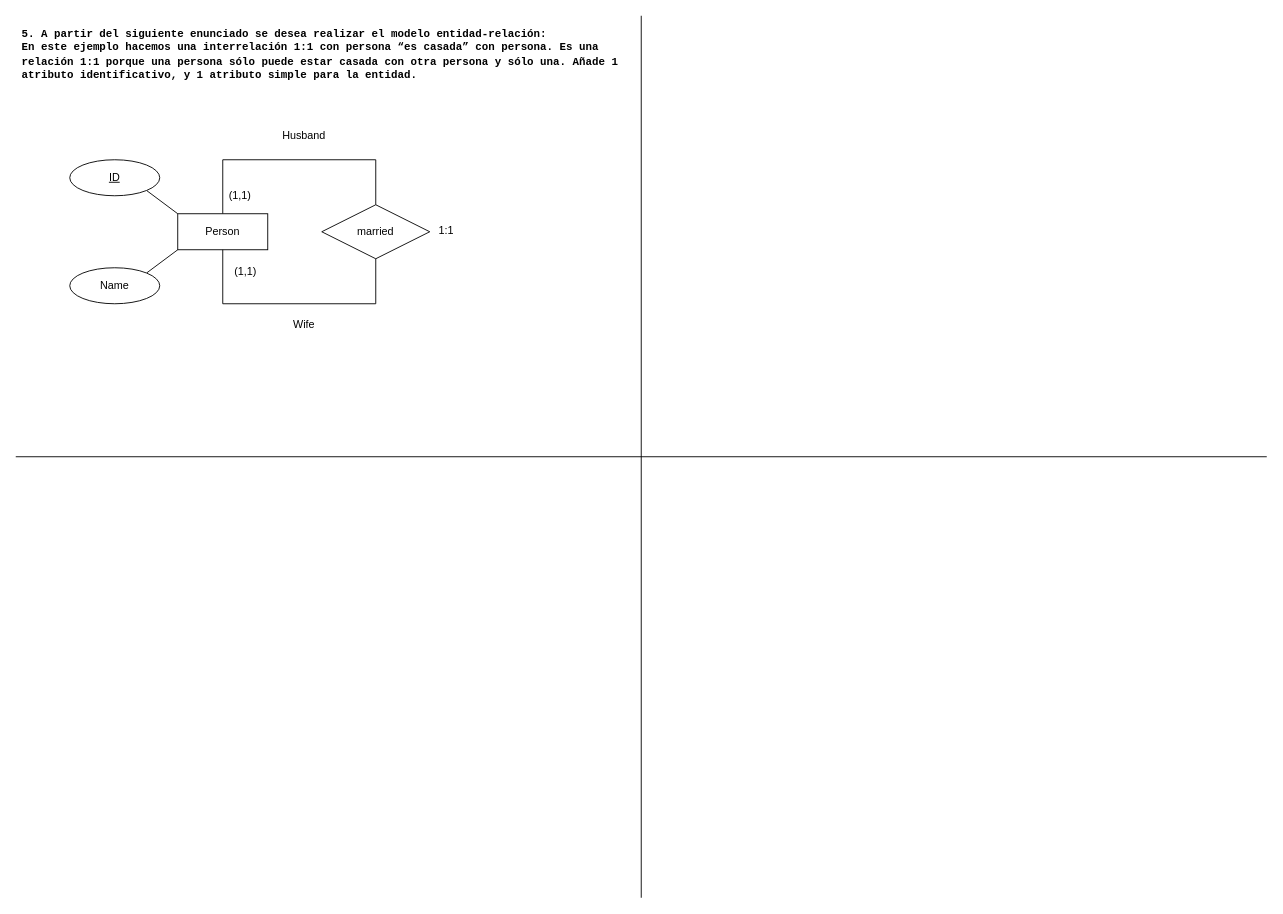
The draw.io diagram page "Ejercicios II (5 al 7)" (6 of 6) of ejemplos_estudiar.drawio in Maek0s/1DAM_Databases, before the edit. Source tidied: cells renumbered, new cells numbered last; positions are measured from the earlier drawing's top-left corner, leaving out a move shared by most shapes. Both pictures are drawn from the tidied source at 90%, with x=0, y=0 at pixel (15, 15).
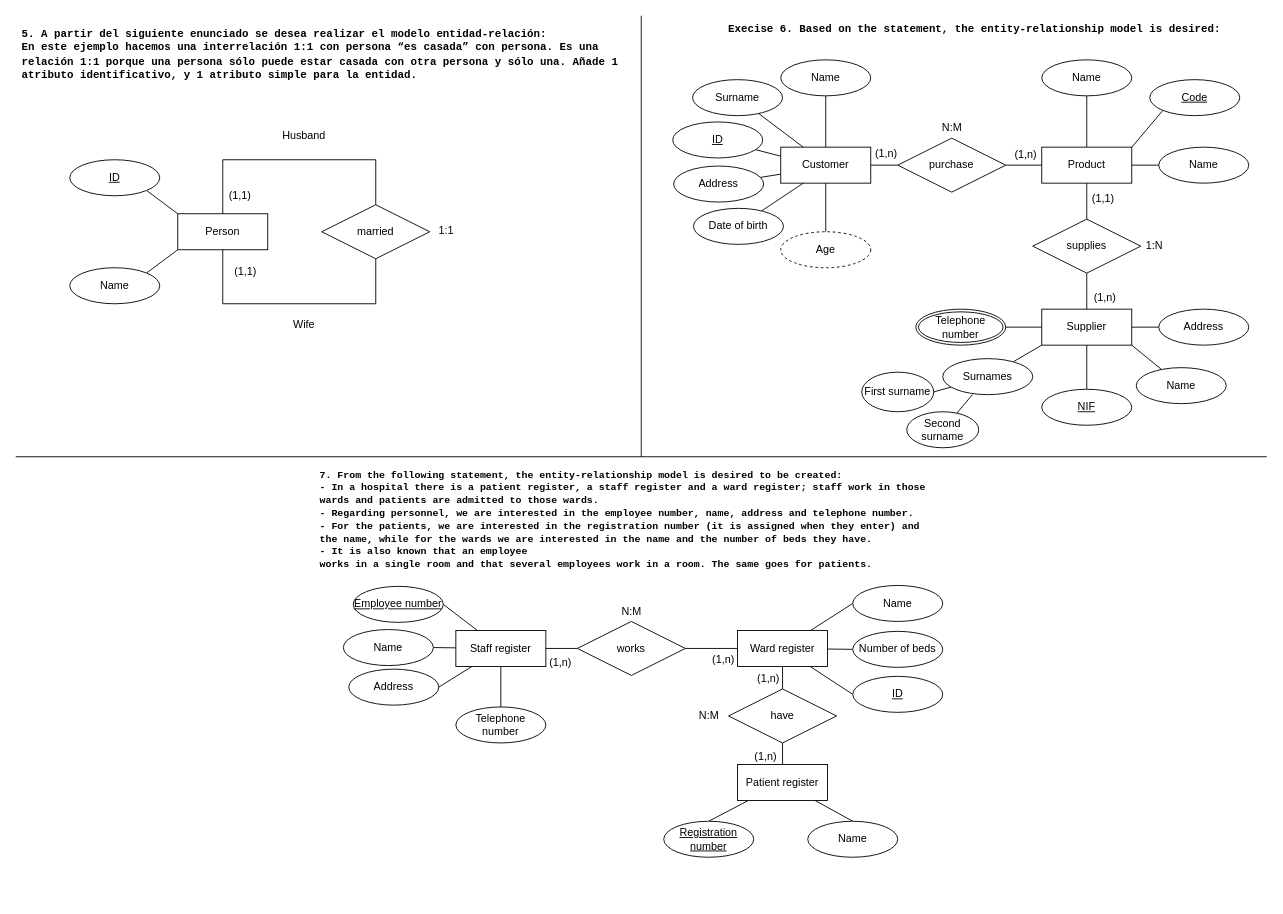
Above is the later version.

Change to the diagram source:
```diff
@@
     <mxCell id="3" style="line;strokeWidth=1;dashed=0;labelPosition=right;align=left;verticalAlign=middle;spacingTop=0;spacingLeft=6;direction=north;" parent="1" vertex="1">
-      <mxGeometry x="690" width="10" height="980" as="geometry" />
+      <mxGeometry x="690" width="10" height="490" as="geometry" />
     </mxCell>
@@
+    <mxCell id="18" value="&lt;b&gt;&lt;font face=&quot;Courier New&quot;&gt;Execise 6. Based on the statement, the entity-relationship model is desired:&lt;/font&gt;&lt;/b&gt;" style="text;html=1;align=center;verticalAlign=middle;strokeColor=none;fillColor=none;" parent="1" vertex="1">
+      <mxGeometry x="780" width="570" height="30" as="geometry" />
+    </mxCell>
+    <mxCell id="19" style="rounded=0;jettySize=auto;html=1;endArrow=none;endFill=0;" parent="1" edge="1" source="20" target="22">
+      <mxGeometry relative="1" as="geometry" />
+    </mxCell>
+    <mxCell id="20" value="Customer" style="whiteSpace=wrap;html=1;align=center;" parent="1" vertex="1">
+      <mxGeometry x="850" y="146" width="100" height="40" as="geometry" />
+    </mxCell>
+    <mxCell id="21" style="rounded=0;jettySize=auto;html=1;endArrow=none;endFill=0;" parent="1" edge="1" source="22" target="27">
+      <mxGeometry relative="1" as="geometry" />
+    </mxCell>
+    <mxCell id="22" value="purchase" style="shape=rhombus;perimeter=rhombusPerimeter;whiteSpace=wrap;html=1;align=center;" parent="1" vertex="1">
+      <mxGeometry x="980" y="136" width="120" height="60" as="geometry" />
+    </mxCell>
+    <mxCell id="23" style="rounded=0;jettySize=auto;html=1;endArrow=none;endFill=0;" parent="1" edge="1" source="27" target="30">
+      <mxGeometry relative="1" as="geometry" />
+    </mxCell>
+    <mxCell id="24" style="rounded=0;jettySize=auto;html=1;endArrow=none;endFill=0;" parent="1" edge="1" source="27" target="43">
+      <mxGeometry relative="1" as="geometry" />
+    </mxCell>
+    <mxCell id="25" style="rounded=0;jettySize=auto;html=1;entryX=0;entryY=1;entryDx=0;entryDy=0;endArrow=none;endFill=0;exitX=1;exitY=0;exitDx=0;exitDy=0;" parent="1" edge="1" source="27" target="45">
+      <mxGeometry relative="1" as="geometry" />
+    </mxCell>
+    <mxCell id="26" style="rounded=0;jettySize=auto;html=1;endArrow=none;endFill=0;" parent="1" edge="1" source="27" target="44">
+      <mxGeometry relative="1" as="geometry" />
+    </mxCell>
+    <mxCell id="27" value="Product" style="whiteSpace=wrap;html=1;align=center;" parent="1" vertex="1">
+      <mxGeometry x="1140" y="146" width="100" height="40" as="geometry" />
+    </mxCell>
+    <mxCell id="28" value="Supplier" style="whiteSpace=wrap;html=1;align=center;" parent="1" vertex="1">
+      <mxGeometry x="1140" y="326" width="100" height="40" as="geometry" />
+    </mxCell>
+    <mxCell id="29" style="rounded=0;jettySize=auto;html=1;endArrow=none;endFill=0;" parent="1" edge="1" source="30" target="28">
+      <mxGeometry relative="1" as="geometry" />
+    </mxCell>
+    <mxCell id="30" value="supplies" style="shape=rhombus;perimeter=rhombusPerimeter;whiteSpace=wrap;html=1;align=center;" parent="1" vertex="1">
+      <mxGeometry x="1130" y="226" width="120" height="60" as="geometry" />
+    </mxCell>
+    <mxCell id="31" style="rounded=0;jettySize=auto;html=1;endArrow=none;endFill=0;" parent="1" edge="1" source="32" target="20">
+      <mxGeometry relative="1" as="geometry" />
+    </mxCell>
+    <mxCell id="32" value="Name" style="ellipse;whiteSpace=wrap;html=1;align=center;" parent="1" vertex="1">
+      <mxGeometry x="850" y="49" width="100" height="40" as="geometry" />
+    </mxCell>
+    <mxCell id="33" style="rounded=0;jettySize=auto;html=1;entryX=0.25;entryY=0;entryDx=0;entryDy=0;endArrow=none;endFill=0;" parent="1" edge="1" source="34" target="20">
+      <mxGeometry relative="1" as="geometry" />
+    </mxCell>
+    <mxCell id="34" value="Surname" style="ellipse;whiteSpace=wrap;html=1;align=center;" parent="1" vertex="1">
+      <mxGeometry x="752" y="71" width="100" height="40" as="geometry" />
+    </mxCell>
+    <mxCell id="35" style="rounded=0;jettySize=auto;html=1;entryX=0;entryY=0.25;entryDx=0;entryDy=0;endArrow=none;endFill=0;" parent="1" edge="1" source="36" target="20">
+      <mxGeometry relative="1" as="geometry" />
+    </mxCell>
+    <mxCell id="36" value="ID" style="ellipse;whiteSpace=wrap;html=1;align=center;fontStyle=4;" parent="1" vertex="1">
+      <mxGeometry x="730" y="118" width="100" height="40" as="geometry" />
+    </mxCell>
+    <mxCell id="37" style="rounded=0;jettySize=auto;html=1;entryX=0;entryY=0.75;entryDx=0;entryDy=0;endArrow=none;endFill=0;" parent="1" edge="1" source="38" target="20">
+      <mxGeometry relative="1" as="geometry" />
+    </mxCell>
+    <mxCell id="38" value="Address" style="ellipse;whiteSpace=wrap;html=1;align=center;" parent="1" vertex="1">
+      <mxGeometry x="731" y="167" width="100" height="40" as="geometry" />
+    </mxCell>
+    <mxCell id="39" style="rounded=0;jettySize=auto;html=1;entryX=0.25;entryY=1;entryDx=0;entryDy=0;endArrow=none;endFill=0;" parent="1" edge="1" source="40" target="20">
+      <mxGeometry relative="1" as="geometry" />
+    </mxCell>
+    <mxCell id="40" value="Date of birth" style="ellipse;whiteSpace=wrap;html=1;align=center;" parent="1" vertex="1">
+      <mxGeometry x="753" y="214" width="100" height="40" as="geometry" />
+    </mxCell>
+    <mxCell id="41" style="rounded=0;jettySize=auto;html=1;entryX=0.5;entryY=1;entryDx=0;entryDy=0;endArrow=none;endFill=0;" parent="1" edge="1" source="42" target="20">
+      <mxGeometry relative="1" as="geometry" />
+    </mxCell>
+    <mxCell id="42" value="Age" style="ellipse;whiteSpace=wrap;html=1;align=center;dashed=1;" parent="1" vertex="1">
+      <mxGeometry x="850" y="240" width="100" height="40" as="geometry" />
+    </mxCell>
+    <mxCell id="43" value="Name" style="ellipse;whiteSpace=wrap;html=1;align=center;" parent="1" vertex="1">
+      <mxGeometry x="1140" y="49" width="100" height="40" as="geometry" />
+    </mxCell>
+    <mxCell id="44" value="Name" style="ellipse;whiteSpace=wrap;html=1;align=center;" parent="1" vertex="1">
+      <mxGeometry x="1270" y="146" width="100" height="40" as="geometry" />
+    </mxCell>
+    <mxCell id="45" value="Code" style="ellipse;whiteSpace=wrap;html=1;align=center;fontStyle=4;" parent="1" vertex="1">
+      <mxGeometry x="1260" y="71" width="100" height="40" as="geometry" />
+    </mxCell>
+    <mxCell id="46" style="rounded=0;jettySize=auto;html=1;endArrow=none;endFill=0;" parent="1" edge="1" source="47" target="28">
+      <mxGeometry relative="1" as="geometry" />
+    </mxCell>
+    <mxCell id="47" value="NIF" style="ellipse;whiteSpace=wrap;html=1;align=center;fontStyle=4;" parent="1" vertex="1">
+      <mxGeometry x="1140" y="415" width="100" height="40" as="geometry" />
+    </mxCell>
+    <mxCell id="48" style="rounded=0;jettySize=auto;html=1;entryX=1;entryY=1;entryDx=0;entryDy=0;endArrow=none;endFill=0;" parent="1" edge="1" source="49" target="28">
+      <mxGeometry relative="1" as="geometry" />
+    </mxCell>
+    <mxCell id="49" value="Name" style="ellipse;whiteSpace=wrap;html=1;align=center;" parent="1" vertex="1">
+      <mxGeometry x="1245" y="391" width="100" height="40" as="geometry" />
+    </mxCell>
+    <mxCell id="50" style="rounded=0;jettySize=auto;html=1;endArrow=none;endFill=0;" parent="1" edge="1" source="51" target="28">
+      <mxGeometry relative="1" as="geometry" />
+    </mxCell>
+    <mxCell id="51" value="Address" style="ellipse;whiteSpace=wrap;html=1;align=center;" parent="1" vertex="1">
+      <mxGeometry x="1270" y="326" width="100" height="40" as="geometry" />
+    </mxCell>
+    <mxCell id="52" style="rounded=0;jettySize=auto;html=1;entryX=1;entryY=0.5;entryDx=0;entryDy=0;endArrow=none;endFill=0;" parent="1" edge="1" source="54" target="55">
+      <mxGeometry relative="1" as="geometry" />
+    </mxCell>
+    <mxCell id="53" style="rounded=0;jettySize=auto;html=1;entryX=0;entryY=1;entryDx=0;entryDy=0;endArrow=none;endFill=0;" parent="1" edge="1" source="54" target="28">
+      <mxGeometry relative="1" as="geometry" />
+    </mxCell>
+    <mxCell id="54" value="Surnames" style="ellipse;whiteSpace=wrap;html=1;align=center;" parent="1" vertex="1">
+      <mxGeometry x="1030" y="381" width="100" height="40" as="geometry" />
+    </mxCell>
+    <mxCell id="55" value="First surname" style="ellipse;whiteSpace=wrap;html=1;align=center;" parent="1" vertex="1">
+      <mxGeometry x="940" y="396" width="80" height="44" as="geometry" />
+    </mxCell>
+    <mxCell id="56" style="rounded=0;jettySize=auto;html=1;entryX=0.33;entryY=1;entryDx=0;entryDy=0;endArrow=none;endFill=0;entryPerimeter=0;" parent="1" edge="1" source="57" target="54">
+      <mxGeometry relative="1" as="geometry" />
+    </mxCell>
+    <mxCell id="57" value="Second surname" style="ellipse;whiteSpace=wrap;html=1;align=center;" parent="1" vertex="1">
+      <mxGeometry x="990" y="440" width="80" height="40" as="geometry" />
+    </mxCell>
+    <mxCell id="58" style="rounded=0;jettySize=auto;html=1;endArrow=none;endFill=0;" parent="1" edge="1" source="59" target="28">
+      <mxGeometry relative="1" as="geometry" />
+    </mxCell>
+    <mxCell id="59" value="Telephone number" style="ellipse;shape=doubleEllipse;margin=3;whiteSpace=wrap;html=1;align=center;" parent="1" vertex="1">
+      <mxGeometry x="1000" y="326" width="100" height="40" as="geometry" />
+    </mxCell>
+    <mxCell id="60" value="(1,n)" style="text;html=1;align=center;verticalAlign=middle;strokeColor=none;fillColor=none;" parent="1" vertex="1">
+      <mxGeometry x="1097" y="140" width="50" height="30" as="geometry" />
+    </mxCell>
+    <mxCell id="61" value="(1,n)" style="text;html=1;align=center;verticalAlign=middle;strokeColor=none;fillColor=none;" parent="1" vertex="1">
+      <mxGeometry x="942" y="138" width="50" height="30" as="geometry" />
+    </mxCell>
+    <mxCell id="62" value="N:M" style="text;html=1;align=center;verticalAlign=middle;strokeColor=none;fillColor=none;" parent="1" vertex="1">
+      <mxGeometry x="1015" y="109" width="50" height="30" as="geometry" />
+    </mxCell>
+    <mxCell id="63" value="(1,1)" style="text;html=1;align=center;verticalAlign=middle;strokeColor=none;fillColor=none;" parent="1" vertex="1">
+      <mxGeometry x="1183" y="188" width="50" height="30" as="geometry" />
+    </mxCell>
+    <mxCell id="64" value="(1,n)" style="text;html=1;align=center;verticalAlign=middle;strokeColor=none;fillColor=none;" parent="1" vertex="1">
+      <mxGeometry x="1185" y="298" width="50" height="30" as="geometry" />
+    </mxCell>
+    <mxCell id="65" value="1:N" style="text;html=1;align=center;verticalAlign=middle;strokeColor=none;fillColor=none;" parent="1" vertex="1">
+      <mxGeometry x="1245" y="241" width="40" height="30" as="geometry" />
+    </mxCell>
+    <mxCell id="66" value="&lt;div style=&quot;font-size: 11px;&quot;&gt;&lt;b&gt;&lt;font style=&quot;font-size: 11px;&quot; face=&quot;Courier New&quot;&gt;7. From the following statement, the entity-relationship model is desired to be created:&lt;/font&gt;&lt;/b&gt;&lt;/div&gt;&lt;div style=&quot;font-size: 11px;&quot;&gt;&lt;font style=&quot;font-size: 11px;&quot;&gt;&lt;b&gt;&lt;font style=&quot;font-size: 11px;&quot; face=&quot;Courier New&quot;&gt;- In a hospital there is a patient register, a staff register and a ward register;&amp;nbsp;&lt;/font&gt;&lt;/b&gt;&lt;b style=&quot;background-color: initial;&quot;&gt;&lt;font style=&quot;font-size: 11px;&quot; face=&quot;Courier New&quot;&gt;staff work in&amp;nbsp;&lt;/font&gt;&lt;/b&gt;&lt;/font&gt;&lt;b style=&quot;background-color: initial;&quot;&gt;&lt;font face=&quot;Courier New&quot;&gt;those&amp;nbsp;&lt;/font&gt;&lt;/b&gt;&lt;/div&gt;&lt;div style=&quot;font-size: 11px;&quot;&gt;&lt;b style=&quot;background-color: initial;&quot;&gt;&lt;font face=&quot;Courier New&quot;&gt;wards and patients are admitted to those wards.&lt;/font&gt;&lt;/b&gt;&lt;/div&gt;&lt;div style=&quot;font-size: 11px;&quot;&gt;&lt;font style=&quot;font-size: 11px;&quot;&gt;&lt;b style=&quot;background-color: initial;&quot;&gt;&lt;font style=&quot;font-size: 11px;&quot; face=&quot;Courier New&quot;&gt;- Regarding personnel, we are interested in&amp;nbsp;&lt;/font&gt;&lt;/b&gt;&lt;b style=&quot;background-color: initial;&quot;&gt;&lt;font style=&quot;font-size: 11px;&quot; face=&quot;Courier New&quot;&gt;the employee number, name,&amp;nbsp;&lt;/font&gt;&lt;/b&gt;&lt;b style=&quot;background-color: initial;&quot;&gt;&lt;font style=&quot;font-size: 11px;&quot; face=&quot;Courier New&quot;&gt;address and telephone number.&lt;/font&gt;&lt;/b&gt;&lt;/font&gt;&lt;/div&gt;&lt;div style=&quot;font-size: 11px;&quot;&gt;&lt;b style=&quot;background-color: initial;&quot;&gt;&lt;font style=&quot;font-size: 11px;&quot; face=&quot;Courier New&quot;&gt;- For the patients, we are interested in&amp;nbsp;&lt;/font&gt;&lt;/b&gt;&lt;b style=&quot;background-color: initial;&quot;&gt;&lt;font face=&quot;Courier New&quot;&gt;the registration number (it is assigned&amp;nbsp;&lt;/font&gt;&lt;/b&gt;&lt;b style=&quot;background-color: initial;&quot;&gt;&lt;font face=&quot;Courier New&quot;&gt;when they enter) and&amp;nbsp;&lt;/font&gt;&lt;/b&gt;&lt;/div&gt;&lt;div style=&quot;font-size: 11px;&quot;&gt;&lt;b style=&quot;background-color: initial;&quot;&gt;&lt;font face=&quot;Courier New&quot;&gt;the name, while for the wards we&amp;nbsp;&lt;/font&gt;&lt;/b&gt;&lt;b style=&quot;background-color: initial;&quot;&gt;&lt;font face=&quot;Courier New&quot;&gt;are interested in the name&amp;nbsp;&lt;/font&gt;&lt;/b&gt;&lt;b style=&quot;background-color: initial;&quot;&gt;&lt;font face=&quot;Courier New&quot;&gt;and the number of beds they have.&amp;nbsp;&lt;/font&gt;&lt;/b&gt;&lt;/div&gt;&lt;div style=&quot;font-size: 11px;&quot;&gt;&lt;b style=&quot;background-color: initial;&quot;&gt;&lt;font style=&quot;font-size: 11px;&quot; face=&quot;Courier New&quot;&gt;- It is also known that an employee&amp;nbsp;&lt;/font&gt;&lt;/b&gt;&lt;/div&gt;&lt;div style=&quot;font-size: 11px;&quot;&gt;&lt;font style=&quot;font-size: 11px;&quot;&gt;&lt;b style=&quot;background-color: initial;&quot;&gt;&lt;font style=&quot;font-size: 11px;&quot; face=&quot;Courier New&quot;&gt;works in a single room and that several employees&amp;nbsp;&lt;/font&gt;&lt;/b&gt;&lt;b style=&quot;background-color: initial;&quot;&gt;&lt;font style=&quot;font-size: 11px;&quot; face=&quot;Courier New&quot;&gt;work in a room. The same goes for patients.&lt;/font&gt;&lt;/b&gt;&lt;/font&gt;&lt;/div&gt;" style="text;html=1;align=left;verticalAlign=middle;strokeColor=none;fillColor=none;" parent="1" vertex="1">
+      <mxGeometry x="336" y="495" width="700" height="130" as="geometry" />
+    </mxCell>
+    <mxCell id="67" style="rounded=0;jettySize=auto;html=1;endArrow=none;endFill=0;" parent="1" edge="1" source="71" target="88">
+      <mxGeometry relative="1" as="geometry" />
+    </mxCell>
+    <mxCell id="68" style="rounded=0;jettySize=auto;html=1;entryX=1;entryY=0.5;entryDx=0;entryDy=0;endArrow=none;endFill=0;" parent="1" edge="1" source="71" target="85">
+      <mxGeometry relative="1" as="geometry" />
+    </mxCell>
+    <mxCell id="69" style="rounded=0;jettySize=auto;html=1;entryX=1;entryY=0.5;entryDx=0;entryDy=0;endArrow=none;endFill=0;" parent="1" edge="1" source="71" target="87">
+      <mxGeometry relative="1" as="geometry" />
+    </mxCell>
+    <mxCell id="70" style="rounded=0;jettySize=auto;html=1;entryX=1;entryY=0.5;entryDx=0;entryDy=0;endArrow=none;endFill=0;" parent="1" edge="1" source="71" target="86">
+      <mxGeometry relative="1" as="geometry" />
+    </mxCell>
+    <mxCell id="71" value="Staff register" style="whiteSpace=wrap;html=1;align=center;" parent="1" vertex="1">
+      <mxGeometry x="489" y="683" width="100" height="40" as="geometry" />
+    </mxCell>
+    <mxCell id="72" style="rounded=0;jettySize=auto;html=1;endArrow=none;endFill=0;" parent="1" edge="1" source="73" target="71">
+      <mxGeometry relative="1" as="geometry" />
+    </mxCell>
+    <mxCell id="73" value="works" style="shape=rhombus;perimeter=rhombusPerimeter;whiteSpace=wrap;html=1;align=center;" parent="1" vertex="1">
+      <mxGeometry x="624" y="673" width="120" height="60" as="geometry" />
+    </mxCell>
+    <mxCell id="74" style="rounded=0;jettySize=auto;html=1;entryX=0;entryY=0.5;entryDx=0;entryDy=0;endArrow=none;endFill=0;" parent="1" edge="1" source="79" target="90">
+      <mxGeometry relative="1" as="geometry" />
+    </mxCell>
+    <mxCell id="75" style="rounded=0;jettySize=auto;html=1;entryX=0;entryY=0.5;entryDx=0;entryDy=0;endArrow=none;endFill=0;" parent="1" edge="1" source="79" target="89">
+      <mxGeometry relative="1" as="geometry" />
+    </mxCell>
+    <mxCell id="76" style="rounded=0;jettySize=auto;html=1;entryX=0;entryY=0.5;entryDx=0;entryDy=0;endArrow=none;endFill=0;" parent="1" edge="1" source="79" target="91">
+      <mxGeometry relative="1" as="geometry" />
+    </mxCell>
+    <mxCell id="77" style="rounded=0;jettySize=auto;html=1;endArrow=none;endFill=0;entryX=0.5;entryY=0;entryDx=0;entryDy=0;" parent="1" edge="1" source="79" target="81">
+      <mxGeometry relative="1" as="geometry" />
+    </mxCell>
+    <mxCell id="78" style="rounded=0;jettySize=auto;html=1;endArrow=none;endFill=0;" parent="1" edge="1" source="79" target="73">
+      <mxGeometry relative="1" as="geometry" />
+    </mxCell>
+    <mxCell id="79" value="Ward register" style="whiteSpace=wrap;html=1;align=center;" parent="1" vertex="1">
+      <mxGeometry x="802" y="683" width="100" height="40" as="geometry" />
+    </mxCell>
+    <mxCell id="80" style="rounded=0;jettySize=auto;html=1;endArrow=none;endFill=0;exitX=0.5;exitY=1;exitDx=0;exitDy=0;entryX=0.5;entryY=0;entryDx=0;entryDy=0;" parent="1" edge="1" source="81" target="84">
+      <mxGeometry relative="1" as="geometry" />
+    </mxCell>
+    <mxCell id="81" value="have" style="shape=rhombus;perimeter=rhombusPerimeter;whiteSpace=wrap;html=1;align=center;" parent="1" vertex="1">
+      <mxGeometry x="792" y="748" width="120" height="60" as="geometry" />
+    </mxCell>
+    <mxCell id="82" style="rounded=0;jettySize=auto;html=1;entryX=0.5;entryY=0;entryDx=0;entryDy=0;endArrow=none;endFill=0;" parent="1" edge="1" source="84" target="93">
+      <mxGeometry relative="1" as="geometry" />
+    </mxCell>
+    <mxCell id="83" style="rounded=0;jettySize=auto;html=1;entryX=0.5;entryY=0;entryDx=0;entryDy=0;endArrow=none;endFill=0;" parent="1" edge="1" source="84" target="92">
+      <mxGeometry relative="1" as="geometry" />
+    </mxCell>
+    <mxCell id="84" value="Patient register" style="whiteSpace=wrap;html=1;align=center;" parent="1" vertex="1">
+      <mxGeometry x="802" y="832" width="100" height="40" as="geometry" />
+    </mxCell>
+    <mxCell id="85" value="Name" style="ellipse;whiteSpace=wrap;html=1;align=center;" parent="1" vertex="1">
+      <mxGeometry x="364" y="682" width="100" height="40" as="geometry" />
+    </mxCell>
+    <mxCell id="86" value="Address" style="ellipse;whiteSpace=wrap;html=1;align=center;" parent="1" vertex="1">
+      <mxGeometry x="370" y="726" width="100" height="40" as="geometry" />
+    </mxCell>
+    <mxCell id="87" value="Employee number" style="ellipse;whiteSpace=wrap;html=1;align=center;fontStyle=4;" parent="1" vertex="1">
+      <mxGeometry x="375" y="634" width="100" height="40" as="geometry" />
+    </mxCell>
+    <mxCell id="88" value="Telephone number" style="ellipse;whiteSpace=wrap;html=1;align=center;" parent="1" vertex="1">
+      <mxGeometry x="489" y="768" width="100" height="40" as="geometry" />
+    </mxCell>
+    <mxCell id="89" value="Name" style="ellipse;whiteSpace=wrap;html=1;align=center;" parent="1" vertex="1">
+      <mxGeometry x="930" y="633" width="100" height="40" as="geometry" />
+    </mxCell>
+    <mxCell id="90" value="Number of beds" style="ellipse;whiteSpace=wrap;html=1;align=center;" parent="1" vertex="1">
+      <mxGeometry x="930" y="684" width="100" height="40" as="geometry" />
+    </mxCell>
+    <mxCell id="91" value="ID" style="ellipse;whiteSpace=wrap;html=1;align=center;fontStyle=4;" parent="1" vertex="1">
+      <mxGeometry x="930" y="734" width="100" height="40" as="geometry" />
+    </mxCell>
+    <mxCell id="92" value="Registration number" style="ellipse;whiteSpace=wrap;html=1;align=center;fontStyle=4;" parent="1" vertex="1">
+      <mxGeometry x="720" y="895" width="100" height="40" as="geometry" />
+    </mxCell>
+    <mxCell id="93" value="Name" style="ellipse;whiteSpace=wrap;html=1;align=center;" parent="1" vertex="1">
+      <mxGeometry x="880" y="895" width="100" height="40" as="geometry" />
+    </mxCell>
+    <mxCell id="94" value="(1,n)" style="text;html=1;align=center;verticalAlign=middle;strokeColor=none;fillColor=none;" parent="1" vertex="1">
+      <mxGeometry x="761" y="701" width="50" height="30" as="geometry" />
+    </mxCell>
+    <mxCell id="95" value="(1,n)" style="text;html=1;align=center;verticalAlign=middle;strokeColor=none;fillColor=none;" parent="1" vertex="1">
+      <mxGeometry x="580" y="704" width="50" height="30" as="geometry" />
+    </mxCell>
+    <mxCell id="96" value="N:M" style="text;html=1;align=center;verticalAlign=middle;strokeColor=none;fillColor=none;" parent="1" vertex="1">
+      <mxGeometry x="659" y="647" width="50" height="30" as="geometry" />
+    </mxCell>
+    <mxCell id="97" value="(1,n)" style="text;html=1;align=center;verticalAlign=middle;strokeColor=none;fillColor=none;" parent="1" vertex="1">
+      <mxGeometry x="811" y="722" width="50" height="30" as="geometry" />
+    </mxCell>
+    <mxCell id="98" value="(1,n)" style="text;html=1;align=center;verticalAlign=middle;strokeColor=none;fillColor=none;" parent="1" vertex="1">
+      <mxGeometry x="808" y="808" width="50" height="30" as="geometry" />
+    </mxCell>
+    <mxCell id="99" value="N:M" style="text;html=1;align=center;verticalAlign=middle;strokeColor=none;fillColor=none;" parent="1" vertex="1">
+      <mxGeometry x="745" y="763" width="50" height="30" as="geometry" />
+    </mxCell>
```
